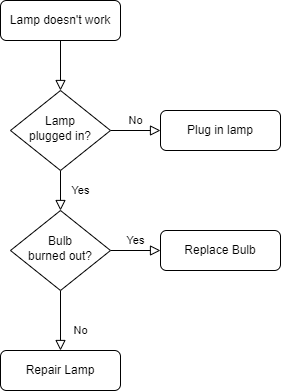
The draw.io diagram Milestone2/Diagrams/pngs/CollaborativeDiagram.drawio.png in SENG-350-2024-fall/Team5, before a commit. Source tidied: cells renumbered, new cells last; positions are measured from the earlier drawing's top-left corner, leaving out a move shared by most shapes. Its diagram source:
```xml
<mxGraphModel>
  <root>
    <mxCell id="0" />
    <mxCell id="1" parent="0" />
    <mxCell id="2" style="rounded=0;html=1;jettySize=auto;fontSize=11;endArrow=block;endFill=0;endSize=8;strokeWidth=1;shadow=0;labelBackgroundColor=none;edgeStyle=orthogonalEdgeStyle;" parent="1" edge="1" source="3" target="6">
      <mxGeometry relative="1" as="geometry" />
    </mxCell>
    <mxCell id="3" value="Lamp doesn't work" style="rounded=1;whiteSpace=wrap;html=1;fontSize=12;glass=0;strokeWidth=1;shadow=0;" parent="1" vertex="1">
      <mxGeometry width="120" height="40" as="geometry" />
    </mxCell>
    <mxCell id="4" value="Yes" style="rounded=0;html=1;jettySize=auto;fontSize=11;endArrow=block;endFill=0;endSize=8;strokeWidth=1;shadow=0;labelBackgroundColor=none;edgeStyle=orthogonalEdgeStyle;" parent="1" edge="1" source="6" target="10">
      <mxGeometry y="20" relative="1" as="geometry" />
    </mxCell>
    <mxCell id="5" value="No" style="edgeStyle=orthogonalEdgeStyle;rounded=0;html=1;jettySize=auto;fontSize=11;endArrow=block;endFill=0;endSize=8;strokeWidth=1;shadow=0;labelBackgroundColor=none;" parent="1" edge="1" source="6" target="7">
      <mxGeometry y="10" relative="1" as="geometry" />
    </mxCell>
    <mxCell id="6" value="Lamp&lt;br&gt;plugged in?" style="rhombus;whiteSpace=wrap;html=1;shadow=0;fontFamily=Helvetica;fontSize=12;align=center;strokeWidth=1;spacing=6;spacingTop=-4;" parent="1" vertex="1">
      <mxGeometry x="10" y="90" width="100" height="80" as="geometry" />
    </mxCell>
    <mxCell id="7" value="Plug in lamp" style="rounded=1;whiteSpace=wrap;html=1;fontSize=12;glass=0;strokeWidth=1;shadow=0;" parent="1" vertex="1">
      <mxGeometry x="160" y="110" width="120" height="40" as="geometry" />
    </mxCell>
    <mxCell id="8" value="No" style="rounded=0;html=1;jettySize=auto;fontSize=11;endArrow=block;endFill=0;endSize=8;strokeWidth=1;shadow=0;labelBackgroundColor=none;edgeStyle=orthogonalEdgeStyle;" parent="1" edge="1" source="10" target="11">
      <mxGeometry x="0.33" y="20" relative="1" as="geometry" />
    </mxCell>
    <mxCell id="9" value="Yes" style="edgeStyle=orthogonalEdgeStyle;rounded=0;html=1;jettySize=auto;fontSize=11;endArrow=block;endFill=0;endSize=8;strokeWidth=1;shadow=0;labelBackgroundColor=none;" parent="1" edge="1" source="10" target="12">
      <mxGeometry y="10" relative="1" as="geometry" />
    </mxCell>
    <mxCell id="10" value="Bulb&lt;br&gt;burned out?" style="rhombus;whiteSpace=wrap;html=1;shadow=0;fontFamily=Helvetica;fontSize=12;align=center;strokeWidth=1;spacing=6;spacingTop=-4;" parent="1" vertex="1">
      <mxGeometry x="10" y="210" width="100" height="80" as="geometry" />
    </mxCell>
    <mxCell id="11" value="Repair Lamp" style="rounded=1;whiteSpace=wrap;html=1;fontSize=12;glass=0;strokeWidth=1;shadow=0;" parent="1" vertex="1">
      <mxGeometry y="350" width="120" height="40" as="geometry" />
    </mxCell>
    <mxCell id="12" value="Replace Bulb" style="rounded=1;whiteSpace=wrap;html=1;fontSize=12;glass=0;strokeWidth=1;shadow=0;" parent="1" vertex="1">
      <mxGeometry x="160" y="230" width="120" height="40" as="geometry" />
    </mxCell>
  </root>
</mxGraphModel>
```
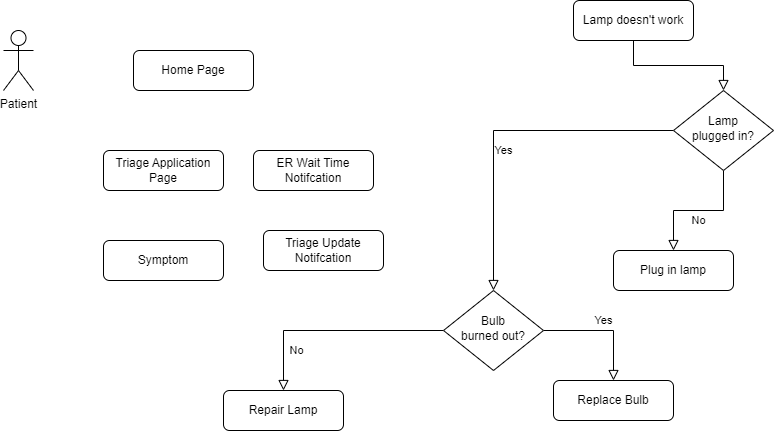
The same file after the commit.

Diff of the diagram source:
```diff
@@ -6,7 +6,7 @@
       <mxGeometry relative="1" as="geometry" />
     </mxCell>
     <mxCell id="3" value="Lamp doesn't work" style="rounded=1;whiteSpace=wrap;html=1;fontSize=12;glass=0;strokeWidth=1;shadow=0;" parent="1" vertex="1">
-      <mxGeometry width="120" height="40" as="geometry" />
+      <mxGeometry x="480" width="120" height="40" as="geometry" />
     </mxCell>
     <mxCell id="4" value="Yes" style="rounded=0;html=1;jettySize=auto;fontSize=11;endArrow=block;endFill=0;endSize=8;strokeWidth=1;shadow=0;labelBackgroundColor=none;edgeStyle=orthogonalEdgeStyle;" parent="1" edge="1" source="6" target="10">
       <mxGeometry y="20" relative="1" as="geometry" />
@@ -15,10 +15,10 @@
       <mxGeometry y="10" relative="1" as="geometry" />
     </mxCell>
     <mxCell id="6" value="Lamp&lt;br&gt;plugged in?" style="rhombus;whiteSpace=wrap;html=1;shadow=0;fontFamily=Helvetica;fontSize=12;align=center;strokeWidth=1;spacing=6;spacingTop=-4;" parent="1" vertex="1">
-      <mxGeometry x="10" y="90" width="100" height="80" as="geometry" />
+      <mxGeometry x="580" y="90" width="100" height="80" as="geometry" />
     </mxCell>
     <mxCell id="7" value="Plug in lamp" style="rounded=1;whiteSpace=wrap;html=1;fontSize=12;glass=0;strokeWidth=1;shadow=0;" parent="1" vertex="1">
-      <mxGeometry x="160" y="110" width="120" height="40" as="geometry" />
+      <mxGeometry x="520" y="250" width="120" height="40" as="geometry" />
     </mxCell>
     <mxCell id="8" value="No" style="rounded=0;html=1;jettySize=auto;fontSize=11;endArrow=block;endFill=0;endSize=8;strokeWidth=1;shadow=0;labelBackgroundColor=none;edgeStyle=orthogonalEdgeStyle;" parent="1" edge="1" source="10" target="11">
       <mxGeometry x="0.33" y="20" relative="1" as="geometry" />
@@ -27,13 +27,31 @@
       <mxGeometry y="10" relative="1" as="geometry" />
     </mxCell>
     <mxCell id="10" value="Bulb&lt;br&gt;burned out?" style="rhombus;whiteSpace=wrap;html=1;shadow=0;fontFamily=Helvetica;fontSize=12;align=center;strokeWidth=1;spacing=6;spacingTop=-4;" parent="1" vertex="1">
-      <mxGeometry x="10" y="210" width="100" height="80" as="geometry" />
+      <mxGeometry x="350" y="290" width="100" height="80" as="geometry" />
     </mxCell>
     <mxCell id="11" value="Repair Lamp" style="rounded=1;whiteSpace=wrap;html=1;fontSize=12;glass=0;strokeWidth=1;shadow=0;" parent="1" vertex="1">
-      <mxGeometry y="350" width="120" height="40" as="geometry" />
+      <mxGeometry x="130" y="390" width="120" height="40" as="geometry" />
     </mxCell>
     <mxCell id="12" value="Replace Bulb" style="rounded=1;whiteSpace=wrap;html=1;fontSize=12;glass=0;strokeWidth=1;shadow=0;" parent="1" vertex="1">
-      <mxGeometry x="160" y="230" width="120" height="40" as="geometry" />
+      <mxGeometry x="460" y="380" width="120" height="40" as="geometry" />
     </mxCell>
+    <mxCell id="13" value="Patient" style="shape=umlActor;verticalLabelPosition=bottom;verticalAlign=top;html=1;" parent="1" vertex="1">
+      <mxGeometry x="-90" y="30" width="30" height="60" as="geometry" />
+    </mxCell>
+    <mxCell id="14" value="Home Page" style="rounded=1;whiteSpace=wrap;html=1;fontSize=12;glass=0;strokeWidth=1;shadow=0;" parent="1" vertex="1">
+      <mxGeometry x="40" y="50" width="120" height="40" as="geometry" />
+    </mxCell>
+    <mxCell id="15" value="Triage Application Page" style="rounded=1;whiteSpace=wrap;html=1;fontSize=12;glass=0;strokeWidth=1;shadow=0;" parent="1" vertex="1">
+      <mxGeometry x="10" y="150" width="120" height="40" as="geometry" />
+    </mxCell>
+    <mxCell id="16" value="ER Wait Time Notifcation" style="rounded=1;whiteSpace=wrap;html=1;fontSize=12;glass=0;strokeWidth=1;shadow=0;" parent="1" vertex="1">
+      <mxGeometry x="160" y="150" width="120" height="40" as="geometry" />
+    </mxCell>
+    <mxCell id="17" value="Triage Update Notifcation" style="rounded=1;whiteSpace=wrap;html=1;fontSize=12;glass=0;strokeWidth=1;shadow=0;" parent="1" vertex="1">
+      <mxGeometry x="170" y="230" width="120" height="40" as="geometry" />
+    </mxCell>
+    <mxCell id="18" value="Symptom" style="rounded=1;whiteSpace=wrap;html=1;fontSize=12;glass=0;strokeWidth=1;shadow=0;" parent="1" vertex="1">
+      <mxGeometry x="10" y="240" width="120" height="40" as="geometry" />
+    </mxCell>
   </root>
 </mxGraphModel>
```
